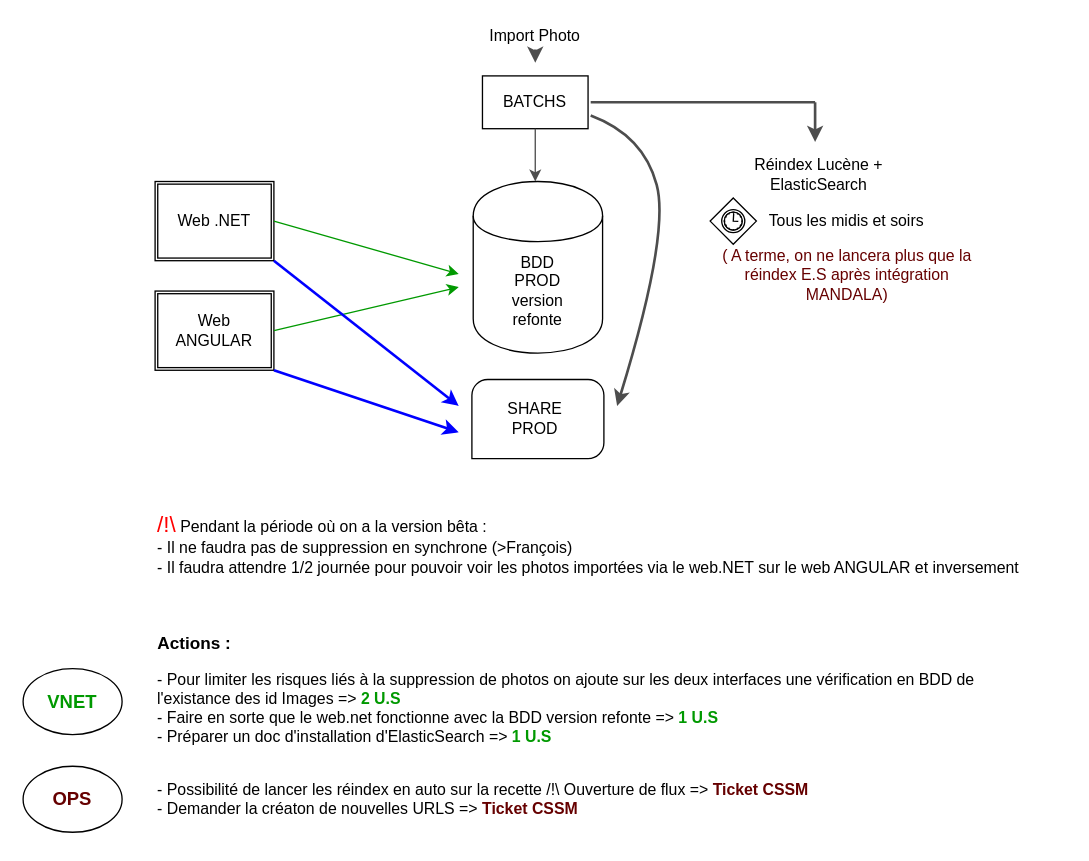
Before: Untitled Diagram.drawio in ValentiJ/hello-world, a draw.io diagram. Source tidied: cells renumbered, new cells numbered last; positions are measured from the earlier drawing's top-left corner, leaving out a move shared by most shapes. Both pictures are drawn from the tidied source at 132%, with x=0, y=0 at pixel (22, 22).
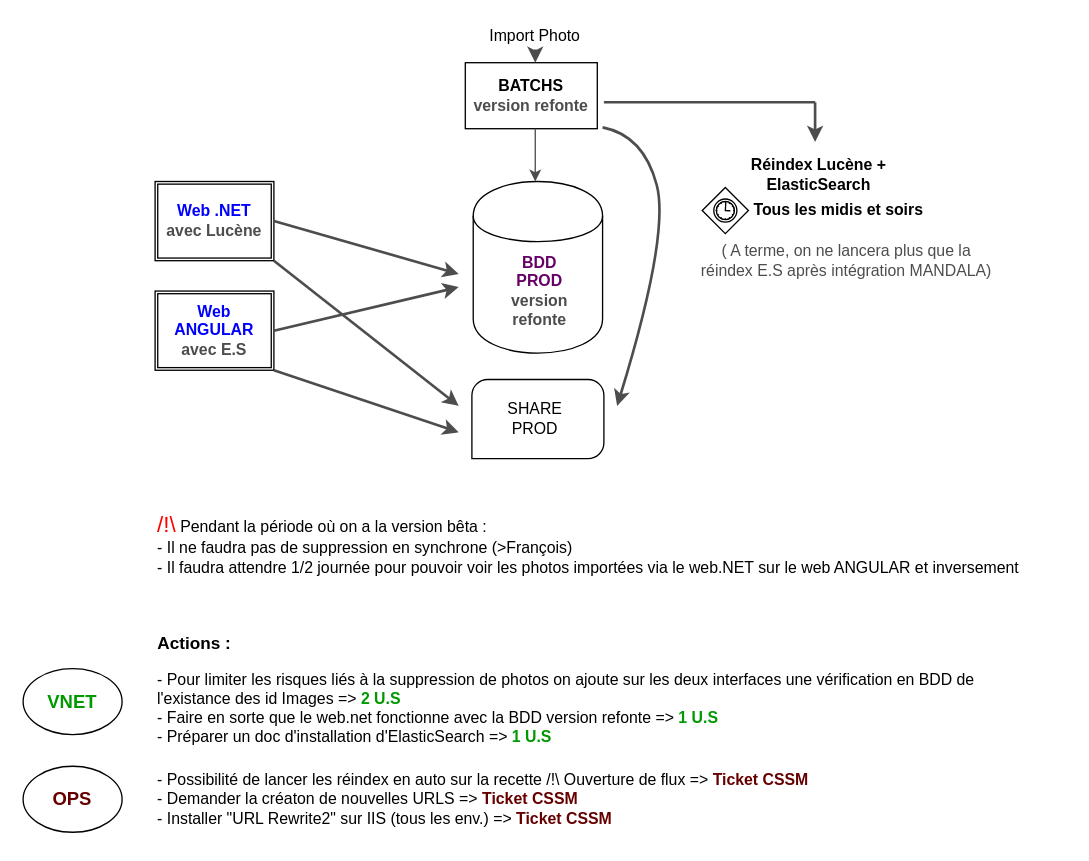
The same page after the edit.

Diff of the diagram source:
```diff
@@
-    <mxCell id="2" value="BATCHS" style="rounded=0;whiteSpace=wrap;html=1;" parent="1" vertex="1">
-      <mxGeometry x="348" y="40" width="80" height="40" as="geometry" />
+    <mxCell id="2" value="&lt;div&gt;&lt;b&gt;BATCHS&lt;/b&gt;&lt;/div&gt;&lt;div&gt;&lt;b&gt;&lt;font color=&quot;#4D4D4D&quot;&gt;version refonte&lt;/font&gt;&lt;/b&gt;&lt;br&gt;&lt;/div&gt;" style="rounded=0;whiteSpace=wrap;html=1;" parent="1" vertex="1">
+      <mxGeometry x="335" y="30" width="100" height="50" as="geometry" />
     </mxCell>
@@
-    <mxCell id="6" value="&lt;div&gt;BDD PROD&lt;/div&gt;&lt;div&gt;version refonte&lt;br&gt;&lt;/div&gt;" style="text;html=1;strokeColor=none;fillColor=none;align=center;verticalAlign=middle;whiteSpace=wrap;rounded=0;" parent="1" vertex="1">
-      <mxGeometry x="365" y="187.5" width="50" height="31" as="geometry" />
+    <mxCell id="6" value="&lt;div&gt;&lt;font color=&quot;#660066&quot;&gt;&lt;b&gt;BDD PROD&lt;/b&gt;&lt;/font&gt;&lt;/div&gt;&lt;div&gt;&lt;b&gt;&lt;font color=&quot;#4D4D4D&quot;&gt;version refonte&lt;/font&gt;&lt;/b&gt;&lt;br&gt;&lt;/div&gt;" style="text;html=1;strokeColor=none;fillColor=none;align=center;verticalAlign=middle;whiteSpace=wrap;rounded=0;" parent="1" vertex="1">
+      <mxGeometry x="359" y="187.5" width="65" height="31" as="geometry" />
     </mxCell>
-    <mxCell id="7" value="Web .NET" style="shape=ext;double=1;rounded=0;whiteSpace=wrap;html=1;" parent="1" vertex="1">
+    <mxCell id="7" value="&lt;b&gt;&lt;font color=&quot;#0000FF&quot;&gt;Web .NET&lt;/font&gt;&lt;/b&gt;&lt;br&gt;&lt;b&gt;&lt;font color=&quot;#4D4D4D&quot;&gt;avec Lucène&lt;/font&gt;&lt;/b&gt;" style="shape=ext;double=1;rounded=0;whiteSpace=wrap;html=1;" parent="1" vertex="1">
       <mxGeometry x="100" y="120" width="90" height="60" as="geometry" />
     </mxCell>
-    <mxCell id="8" value="Web ANGULAR" style="shape=ext;double=1;rounded=0;whiteSpace=wrap;html=1;" parent="1" vertex="1">
+    <mxCell id="8" value="&lt;font color=&quot;#0000FF&quot;&gt;&lt;b&gt;Web ANGULAR&lt;/b&gt;&lt;/font&gt;&lt;br&gt;&lt;font color=&quot;#0000FF&quot;&gt;&lt;b&gt;&lt;font color=&quot;#4D4D4D&quot;&gt;avec E.S&lt;br&gt;&lt;/font&gt;&lt;/b&gt;&lt;/font&gt;" style="shape=ext;double=1;rounded=0;whiteSpace=wrap;html=1;" parent="1" vertex="1">
       <mxGeometry x="100" y="203" width="90" height="60" as="geometry" />
     </mxCell>
-    <mxCell id="9" style="endArrow=classic;html=1;exitX=1;exitY=0.5;exitDx=0;exitDy=0;strokeColor=#009900;" parent="1" edge="1" source="8">
+    <mxCell id="9" style="endArrow=classic;html=1;exitX=1;exitY=0.5;exitDx=0;exitDy=0;strokeColor=#4D4D4D;fontColor=#4D4D4D;strokeWidth=2;" parent="1" edge="1" source="8">
       <mxGeometry relative="1" as="geometry">
         <mxPoint x="330" y="200" as="targetPoint" />
       </mxGeometry>
     </mxCell>
-    <mxCell id="10" style="endArrow=classic;html=1;exitX=1;exitY=0.5;exitDx=0;exitDy=0;strokeColor=#009900;" parent="1" edge="1" source="7">
+    <mxCell id="10" style="endArrow=classic;html=1;exitX=1;exitY=0.5;exitDx=0;exitDy=0;strokeColor=#4D4D4D;fontColor=#4D4D4D;strokeWidth=2;" parent="1" edge="1" source="7">
       <mxGeometry relative="1" as="geometry">
         <mxPoint x="330" y="190" as="targetPoint" />
       </mxGeometry>
     </mxCell>
-    <mxCell id="11" style="endArrow=classic;html=1;strokeColor=#0000FF;strokeWidth=2;" parent="1" edge="1">
+    <mxCell id="11" style="endArrow=classic;html=1;strokeColor=#4D4D4D;strokeWidth=2;fontColor=#4D4D4D;" parent="1" edge="1">
       <mxGeometry relative="1" as="geometry">
         <mxPoint x="190" y="180" as="sourcePoint" />
         <mxPoint x="330" y="290" as="targetPoint" />
       </mxGeometry>
     </mxCell>
-    <mxCell id="12" style="endArrow=classic;html=1;strokeColor=#0000FF;strokeWidth=2;" parent="1" edge="1">
+    <mxCell id="12" style="endArrow=classic;html=1;strokeColor=#4D4D4D;strokeWidth=2;fontColor=#4D4D4D;" parent="1" edge="1">
       <mxGeometry relative="1" as="geometry">
         <mxPoint x="190" y="263" as="sourcePoint" />
         <mxPoint x="330" y="310" as="targetPoint" />
       </mxGeometry>
     </mxCell>
@@
-    <mxCell id="15" style="curved=1;endArrow=classic;html=1;strokeColor=#4D4D4D;strokeWidth=2;" parent="1" edge="1">
+    <mxCell id="15" style="curved=1;endArrow=classic;html=1;strokeColor=#4D4D4D;strokeWidth=2;exitX=1.04;exitY=0.98;exitDx=0;exitDy=0;exitPerimeter=0;" parent="1" edge="1" source="2">
       <mxGeometry relative="1" as="geometry">
-        <mxPoint x="430" y="70" as="sourcePoint" />
         <mxPoint x="450" y="290" as="targetPoint" />
         <Array as="points">
           <mxPoint x="470" y="85" />
           <mxPoint x="490" y="160" />
         </Array>
       </mxGeometry>
     </mxCell>
     <mxCell id="16" style="endArrow=none;html=1;strokeColor=#4D4D4D;strokeWidth=2;" parent="1" edge="1">
       <mxGeometry relative="1" as="geometry">
-        <mxPoint x="430" y="60" as="sourcePoint" />
+        <mxPoint x="440" y="60" as="sourcePoint" />
         <mxPoint x="600" y="60" as="targetPoint" />
       </mxGeometry>
     </mxCell>
@@
-    <mxCell id="18" value="Réindex Lucène + ElasticSearch" style="text;html=1;strokeColor=none;fillColor=none;align=center;verticalAlign=middle;whiteSpace=wrap;rounded=0;" parent="1" vertex="1">
+    <mxCell id="18" value="Réindex Lucène + ElasticSearch" style="text;html=1;strokeColor=none;fillColor=none;align=center;verticalAlign=middle;whiteSpace=wrap;rounded=0;fontStyle=1;" parent="1" vertex="1">
       <mxGeometry x="538" y="100" width="130" height="30" as="geometry" />
     </mxCell>
     <mxCell id="19" style="shape=mxgraph.bpmn.shape;html=1;verticalLabelPosition=bottom;labelBackgroundColor=#ffffff;verticalAlign=top;align=center;perimeter=rhombusPerimeter;background=gateway;outline=catching;symbol=timer;" parent="1" vertex="1">
-      <mxGeometry x="520.5" y="132.5" width="35" height="35" as="geometry" />
+      <mxGeometry x="514.5" y="124.5" width="35" height="35" as="geometry" />
     </mxCell>
-    <mxCell id="20" value="Tous les midis et soirs" style="text;html=1;strokeColor=none;fillColor=none;align=center;verticalAlign=middle;whiteSpace=wrap;rounded=0;" parent="1" vertex="1">
-      <mxGeometry x="548" y="140" width="152" height="20" as="geometry" />
+    <mxCell id="20" value="Tous les midis et soirs" style="text;html=1;strokeColor=none;fillColor=none;align=center;verticalAlign=middle;whiteSpace=wrap;rounded=0;fontStyle=1;" parent="1" vertex="1">
+      <mxGeometry x="542" y="132" width="152" height="20" as="geometry" />
     </mxCell>
-    <mxCell id="21" value="( A terme, on ne lancera plus que la réindex E.S après intégration MANDALA)" style="text;html=1;strokeColor=none;fillColor=none;align=center;verticalAlign=middle;whiteSpace=wrap;rounded=0;fontColor=#660000;" parent="1" vertex="1">
-      <mxGeometry x="526.5" y="163.5" width="195" height="55" as="geometry" />
+    <mxCell id="21" value="( A terme, on ne lancera plus que la réindex E.S après intégration MANDALA)" style="text;html=1;strokeColor=none;fillColor=none;align=center;verticalAlign=middle;whiteSpace=wrap;rounded=0;fontColor=#4D4D4D;" parent="1" vertex="1">
+      <mxGeometry x="512" y="152.5" width="224" height="55" as="geometry" />
     </mxCell>
@@
-    <mxCell id="25" value="&lt;font color=&quot;#000000&quot;&gt;- Possibilité de lancer les réindex en auto sur la recette /!\ Ouverture de flux =&amp;gt; &lt;b&gt;&lt;font color=&quot;#660000&quot;&gt;Ticket CSSM&lt;/font&gt;&lt;/b&gt; &lt;br&gt;&lt;/font&gt;&lt;div&gt;&lt;font color=&quot;#000000&quot;&gt;- Demander la créaton de nouvelles URLS =&amp;gt;&lt;/font&gt; &lt;b&gt;Ticket CSSM&lt;/b&gt;&lt;br&gt;&lt;/div&gt;" style="text;html=1;strokeColor=none;fillColor=none;align=left;verticalAlign=middle;whiteSpace=wrap;rounded=0;fontColor=#660000;" parent="1" vertex="1">
+    <mxCell id="25" value="&lt;font color=&quot;#000000&quot;&gt;- Possibilité de lancer les réindex en auto sur la recette /!\ Ouverture de flux =&amp;gt; &lt;b&gt;&lt;font color=&quot;#660000&quot;&gt;Ticket CSSM&lt;/font&gt;&lt;/b&gt; &lt;br&gt;&lt;/font&gt;&lt;div&gt;&lt;font color=&quot;#000000&quot;&gt;- Demander la créaton de nouvelles URLS =&amp;gt;&lt;/font&gt; &lt;b&gt;Ticket CSSM&lt;/b&gt;&lt;/div&gt;&lt;div&gt;&lt;font color=&quot;#000000&quot;&gt;- Installer &quot;URL Rewrite2&quot; sur IIS (tous les env.)&lt;/font&gt;&lt;b&gt; &lt;/b&gt;&lt;font color=&quot;#000000&quot;&gt;=&amp;gt;&lt;/font&gt; &lt;b&gt;Ticket CSSM&lt;/b&gt;&lt;/div&gt;" style="text;html=1;strokeColor=none;fillColor=none;align=left;verticalAlign=middle;whiteSpace=wrap;rounded=0;fontColor=#660000;" parent="1" vertex="1">
       <mxGeometry x="100" y="558" width="670" height="60" as="geometry" />
     </mxCell>
```
